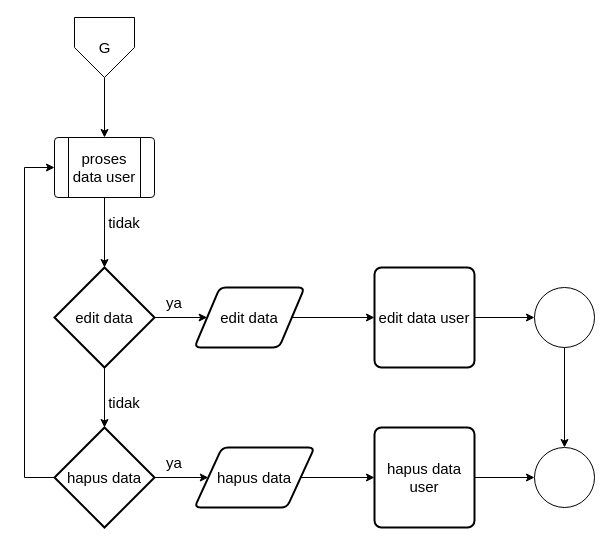
The draw.io diagram page "flowchart user" (22 of 22) of Untitled Diagram.drawio in dreamergirl01/uml_bankSampah, before the edit. Source tidied: cells renumbered, new cells numbered last; positions are measured from the earlier drawing's top-left corner, leaving out a move shared by most shapes. Both pictures are drawn from the tidied source at 100%, with x=0, y=0 at pixel (24, 17).
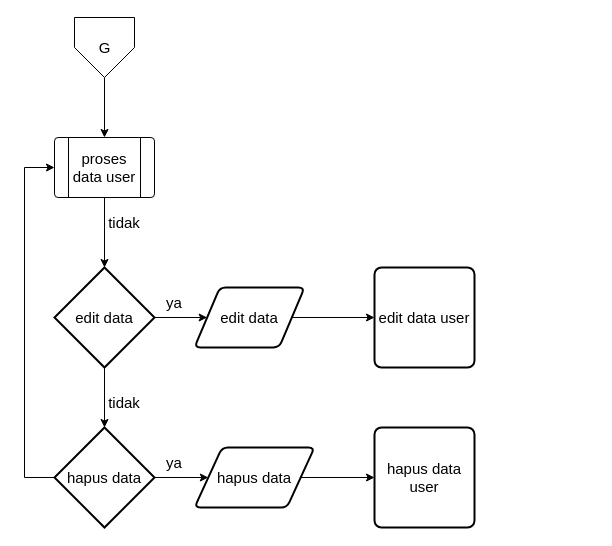
The same page after the edit.

The change refers to these unchanged cells:
```xml
<mxCell id="10" value="edit data user" style="rounded=1;whiteSpace=wrap;html=1;absoluteArcSize=1;arcSize=14;strokeWidth=2;fontSize=15;" parent="1" vertex="1">
  <mxGeometry x="350" y="250" width="100" height="100" as="geometry" />
</mxCell>
<mxCell id="19" value="hapus data user" style="rounded=1;whiteSpace=wrap;html=1;absoluteArcSize=1;arcSize=14;strokeWidth=2;fontSize=15;" parent="1" vertex="1">
  <mxGeometry x="350" y="410" width="100" height="100" as="geometry" />
</mxCell>
```

Diff of the diagram source:
```diff
@@
-    <mxCell id="11" style="verticalLabelPosition=bottom;verticalAlign=top;html=1;shape=mxgraph.flowchart.on-page_reference;" parent="1" vertex="1">
-      <mxGeometry x="510" y="270" width="60" height="60" as="geometry" />
-    </mxCell>
-    <mxCell id="12" style="edgeStyle=orthogonalEdgeStyle;rounded=0;jettySize=auto;html=1;entryX=0;entryY=0.5;entryDx=0;entryDy=0;entryPerimeter=0;" parent="1" edge="1" source="10" target="11">
-      <mxGeometry relative="1" as="geometry" />
-    </mxCell>
@@
-    <mxCell id="20" style="verticalLabelPosition=bottom;verticalAlign=top;html=1;shape=mxgraph.flowchart.on-page_reference;" parent="1" vertex="1">
-      <mxGeometry x="510" y="430" width="60" height="60" as="geometry" />
-    </mxCell>
-    <mxCell id="21" style="edgeStyle=orthogonalEdgeStyle;rounded=0;jettySize=auto;html=1;entryX=0;entryY=0.5;entryDx=0;entryDy=0;entryPerimeter=0;" parent="1" edge="1" source="19" target="20">
-      <mxGeometry relative="1" as="geometry" />
-    </mxCell>
-    <mxCell id="22" style="edgeStyle=orthogonalEdgeStyle;rounded=0;jettySize=auto;html=1;entryX=0.5;entryY=0;entryDx=0;entryDy=0;entryPerimeter=0;" parent="1" edge="1" source="11" target="20">
-      <mxGeometry relative="1" as="geometry" />
-    </mxCell>
```
